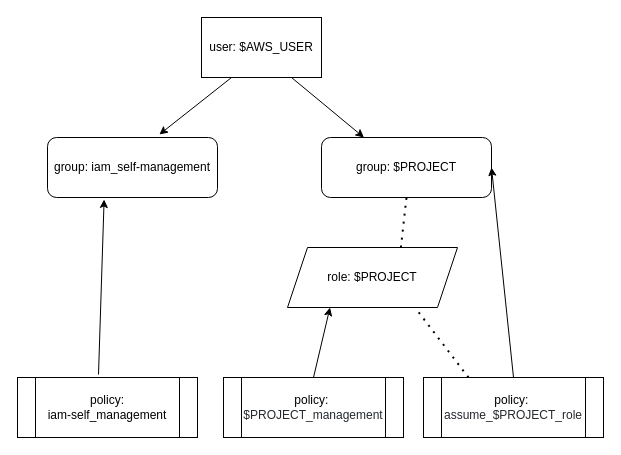
andrasbabos/learning_aws keeps this draw.io diagram as general/diagrams/iam.drawio. Above is the earlier version. Source tidied: cells renumbered, new cells numbered last; positions are measured from the earlier drawing's top-left corner, leaving out a move shared by most shapes. Both pictures are drawn from the tidied source at 100%, with x=0, y=0 at pixel (17, 17).
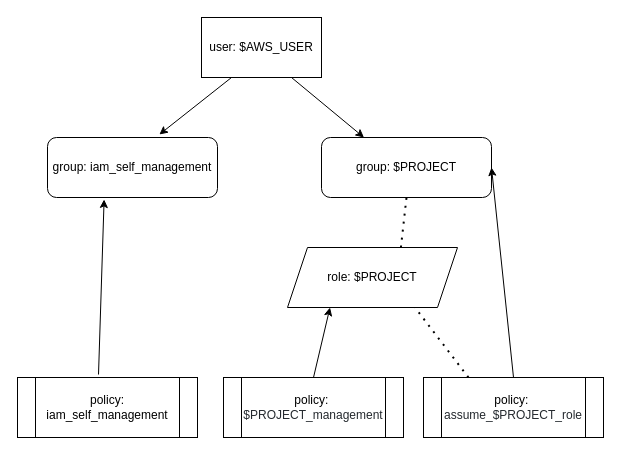
After the change.

Commit message:
fixed typos in diagram

What changed in the source:
```diff
@@
 <mxGraphModel>
   <root>
     <mxCell id="0" />
     <mxCell id="1" parent="0" />
     <mxCell id="2" value="user: $AWS_USER" style="rounded=0;whiteSpace=wrap;html=1;" parent="1" vertex="1">
       <mxGeometry x="184" width="120" height="60" as="geometry" />
     </mxCell>
-    <mxCell id="3" value="group: iam_self-management" style="rounded=1;whiteSpace=wrap;html=1;fontFamily=Helvetica;" parent="1" vertex="1">
+    <mxCell id="3" value="group: iam_self_management" style="rounded=1;whiteSpace=wrap;html=1;fontFamily=Helvetica;" parent="1" vertex="1">
       <mxGeometry x="30" y="120" width="170" height="60" as="geometry" />
     </mxCell>
     <mxCell id="4" value="group: $PROJECT" style="rounded=1;whiteSpace=wrap;html=1;fontFamily=Helvetica;" parent="1" vertex="1">
       <mxGeometry x="304" y="120" width="170" height="60" as="geometry" />
     </mxCell>
     <mxCell id="5" value="role: $PROJECT" style="shape=parallelogram;perimeter=parallelogramPerimeter;whiteSpace=wrap;html=1;fixedSize=1;fontFamily=Helvetica;" parent="1" vertex="1">
       <mxGeometry x="270" y="230" width="170" height="60" as="geometry" />
     </mxCell>
-    <mxCell id="6" value="policy:&lt;br&gt;iam-self_management" style="shape=process;whiteSpace=wrap;html=1;backgroundOutline=1;fontFamily=Helvetica;" parent="1" vertex="1">
+    <mxCell id="6" value="policy:&lt;br&gt;iam_self_management" style="shape=process;whiteSpace=wrap;html=1;backgroundOutline=1;fontFamily=Helvetica;" parent="1" vertex="1">
       <mxGeometry y="360" width="180" height="60" as="geometry" />
     </mxCell>
     <mxCell id="7" value="policy:&amp;nbsp;&lt;br&gt;&lt;span style=&quot;background-color: rgb(255, 255, 255); color: rgb(36, 41, 46);&quot;&gt;$PROJECT_management&lt;/span&gt;" style="shape=process;whiteSpace=wrap;html=1;backgroundOutline=1;fontFamily=Helvetica;" parent="1" vertex="1">
       <mxGeometry x="206" y="360" width="180" height="60" as="geometry" />
     </mxCell>
     <mxCell id="8" value="policy:&amp;nbsp;&lt;br&gt;&lt;span style=&quot;background-color: rgb(255, 255, 255); color: rgb(36, 41, 46);&quot;&gt;assume_$PROJECT_role&lt;/span&gt;" style="shape=process;whiteSpace=wrap;html=1;backgroundOutline=1;fontFamily=Helvetica;" parent="1" vertex="1">
       <mxGeometry x="406" y="360" width="180" height="60" as="geometry" />
     </mxCell>
     <mxCell id="9" style="endArrow=classic;html=1;rounded=0;fontFamily=Helvetica;exitX=0.25;exitY=1;exitDx=0;exitDy=0;entryX=0.658;entryY=-0.05;entryDx=0;entryDy=0;entryPerimeter=0;" parent="1" edge="1" source="2" target="3">
       <mxGeometry relative="1" as="geometry" />
     </mxCell>
     <mxCell id="10" style="endArrow=classic;html=1;rounded=0;fontFamily=Helvetica;entryX=0.25;entryY=0;entryDx=0;entryDy=0;exitX=0.75;exitY=1;exitDx=0;exitDy=0;" parent="1" edge="1" source="2" target="4">
       <mxGeometry relative="1" as="geometry" />
     </mxCell>
     <mxCell id="11" style="endArrow=classic;html=1;rounded=0;fontFamily=Helvetica;exitX=0.45;exitY=-0.05;exitDx=0;exitDy=0;exitPerimeter=0;entryX=0.333;entryY=1.033;entryDx=0;entryDy=0;entryPerimeter=0;" parent="1" edge="1" source="6" target="3">
       <mxGeometry relative="1" as="geometry" />
     </mxCell>
     <mxCell id="12" style="endArrow=classic;html=1;rounded=0;fontFamily=Helvetica;entryX=0.25;entryY=1;entryDx=0;entryDy=0;exitX=0.5;exitY=0;exitDx=0;exitDy=0;" parent="1" edge="1" source="7" target="5">
       <mxGeometry relative="1" as="geometry" />
     </mxCell>
     <mxCell id="13" style="endArrow=classic;html=1;rounded=0;fontFamily=Helvetica;exitX=0.5;exitY=0;exitDx=0;exitDy=0;entryX=1;entryY=0.5;entryDx=0;entryDy=0;" parent="1" edge="1" source="8" target="4">
       <mxGeometry relative="1" as="geometry" />
     </mxCell>
     <mxCell id="14" style="endArrow=none;dashed=1;html=1;dashPattern=1 3;strokeWidth=2;rounded=0;fontFamily=Helvetica;exitX=0.25;exitY=0;exitDx=0;exitDy=0;entryX=0.75;entryY=1;entryDx=0;entryDy=0;" parent="1" edge="1" source="8" target="5">
       <mxGeometry relative="1" as="geometry" />
     </mxCell>
     <mxCell id="15" style="endArrow=none;dashed=1;html=1;dashPattern=1 3;strokeWidth=2;rounded=0;fontFamily=Helvetica;exitX=0.667;exitY=0;exitDx=0;exitDy=0;exitPerimeter=0;entryX=0.5;entryY=1;entryDx=0;entryDy=0;" parent="1" edge="1" source="5" target="4">
       <mxGeometry relative="1" as="geometry" />
     </mxCell>
   </root>
 </mxGraphModel>
```
